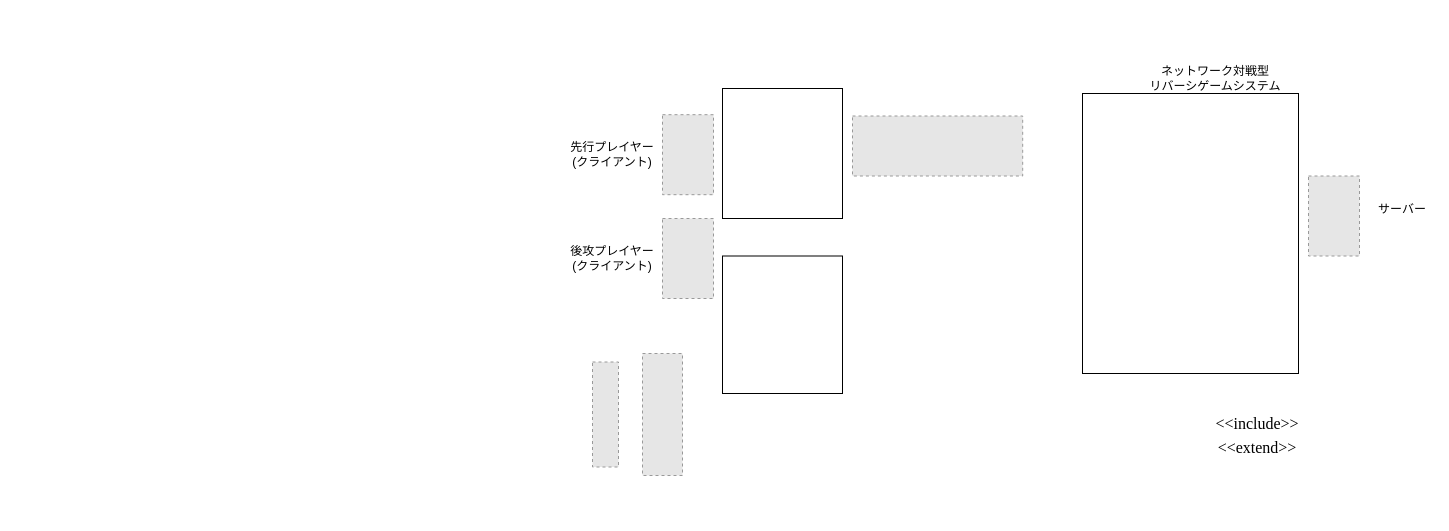
Earlier version of the draw.io diagram 要求仕様書/test2.drawio (ynuOthello2025-group9/YNU_Othello). Source tidied: cells renumbered, new cells numbered last; positions are measured from the earlier drawing's top-left corner, leaving out a move shared by most shapes. Both pictures are drawn from the tidied source at 100%, with x=0, y=0 at pixel (562, 63). Pictures stored in the file or linked from it are replaced by grey dashed boxes.
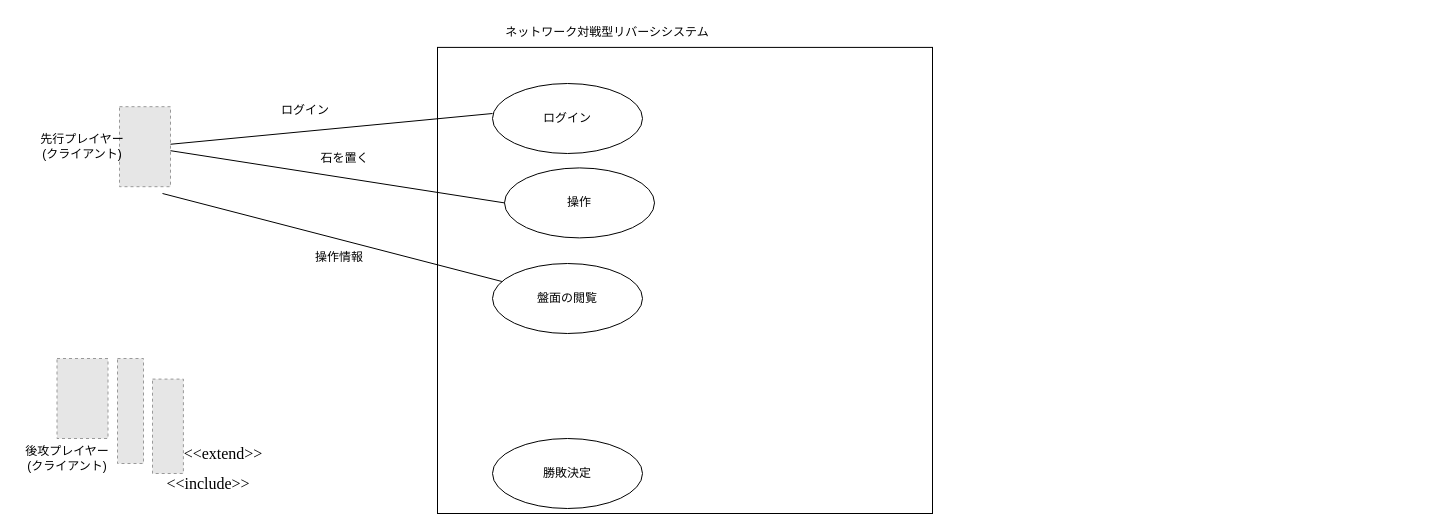
After the change.

Commit message:
test2.drawio を更新します

Change to the diagram source:
```diff
@@
     <mxCell id="2" style="rounded=0;whiteSpace=wrap;html=1;" parent="1" vertex="1">
-      <mxGeometry x="520" y="30" width="216" height="280" as="geometry" />
+      <mxGeometry x="-125" y="-16.1" width="495" height="466.1" as="geometry" />
     </mxCell>
-    <mxCell id="3" value="ネットワーク対戦型&lt;br&gt;リバーシゲームシステム" style="text;html=1;align=center;verticalAlign=middle;whiteSpace=wrap;rounded=0;" parent="1" vertex="1">
-      <mxGeometry x="550" width="206" height="30" as="geometry" />
+    <mxCell id="3" value="ネットワーク対戦型リバーシシステム" style="text;html=1;align=center;verticalAlign=middle;whiteSpace=wrap;rounded=0;" parent="1" vertex="1">
+      <mxGeometry x="-58" y="-46.1" width="206" height="30" as="geometry" />
     </mxCell>
-    <mxCell id="4" style="fillColor=#E6E6E6;strokeColor=#999999;dashed=1;verticalLabelPosition=bottom;labelBackgroundColor=default;verticalAlign=top;" parent="1" vertex="1">
-      <mxGeometry x="746" y="112.5" width="51" height="80" as="geometry" />
-    </mxCell>
     <mxCell id="5" style="fillColor=#E6E6E6;strokeColor=#999999;dashed=1;verticalLabelPosition=bottom;labelBackgroundColor=default;verticalAlign=top;" parent="1" vertex="1">
-      <mxGeometry x="100" y="51.2" width="51" height="80" as="geometry" />
+      <mxGeometry x="-443" y="43.2" width="51" height="80" as="geometry" />
     </mxCell>
     <mxCell id="6" style="fillColor=#E6E6E6;strokeColor=#999999;dashed=1;verticalLabelPosition=bottom;labelBackgroundColor=default;verticalAlign=top;" parent="1" vertex="1">
-      <mxGeometry x="80" y="290" width="40" height="122" as="geometry" />
+      <mxGeometry x="-410" y="315.6" width="30.9" height="94.4" as="geometry" />
     </mxCell>
     <mxCell id="7" style="fillColor=#E6E6E6;strokeColor=#999999;dashed=1;verticalLabelPosition=bottom;labelBackgroundColor=default;verticalAlign=top;" parent="1" vertex="1">
-      <mxGeometry x="30" y="298.5" width="26" height="105" as="geometry" />
+      <mxGeometry x="-445" y="295" width="26" height="105" as="geometry" />
     </mxCell>
     <mxCell id="8" value="&lt;p style=&quot;language:ja;margin-top:7.2pt;margin-bottom:0pt;text-align:left;&lt;br/&gt;direction:ltr;unicode-bidi:embed;vertical-align:baseline;mso-line-break-override:&lt;br/&gt;none;punctuation-wrap:hanging&quot;&gt;&lt;span style=&quot;font-size: 12pt; font-family: &amp;quot;Times New Roman&amp;quot;;&quot;&gt;&amp;lt;&amp;lt;include&amp;gt;&amp;gt;&lt;/span&gt;&lt;/p&gt;" style="text;html=1;align=center;verticalAlign=middle;whiteSpace=wrap;rounded=0;" parent="1" vertex="1">
-      <mxGeometry x="630" y="340" width="130" height="30" as="geometry" />
+      <mxGeometry x="-419" y="400" width="130" height="30" as="geometry" />
     </mxCell>
     <mxCell id="9" value="&lt;p style=&quot;language:ja;margin-top:7.2pt;margin-bottom:0pt;text-align:left;&lt;br/&gt;direction:ltr;unicode-bidi:embed;vertical-align:baseline;mso-line-break-override:&lt;br/&gt;none;punctuation-wrap:hanging&quot;&gt;&lt;span style=&quot;font-size: 12pt; font-family: &amp;quot;Times New Roman&amp;quot;;&quot;&gt;&amp;lt;&amp;lt;extend&amp;gt;&amp;gt;&lt;/span&gt;&lt;/p&gt;" style="text;html=1;align=center;verticalAlign=middle;whiteSpace=wrap;rounded=0;" parent="1" vertex="1">
-      <mxGeometry x="630" y="353.5" width="130" height="50" as="geometry" />
+      <mxGeometry x="-404" y="360" width="130" height="50" as="geometry" />
     </mxCell>
     <mxCell id="10" style="fillColor=#E6E6E6;strokeColor=#999999;dashed=1;verticalLabelPosition=bottom;labelBackgroundColor=default;verticalAlign=top;" parent="1" vertex="1">
-      <mxGeometry x="100" y="155" width="51" height="80" as="geometry" />
+      <mxGeometry x="-505.5" y="295" width="51" height="80" as="geometry" />
     </mxCell>
     <mxCell id="11" value="先行プレイヤー&lt;br&gt;(クライアント)" style="text;html=1;align=center;verticalAlign=middle;whiteSpace=wrap;rounded=0;" parent="1" vertex="1">
-      <mxGeometry y="70" width="100" height="42.5" as="geometry" />
+      <mxGeometry x="-530" y="62" width="100" height="42.5" as="geometry" />
     </mxCell>
     <mxCell id="12" value="後攻プレイヤー&lt;br&gt;(クライアント)" style="text;html=1;align=center;verticalAlign=middle;whiteSpace=wrap;rounded=0;" parent="1" vertex="1">
-      <mxGeometry y="180" width="100" height="30" as="geometry" />
+      <mxGeometry x="-545" y="380" width="100" height="30" as="geometry" />
     </mxCell>
-    <mxCell id="13" value="サーバー" style="text;html=1;align=center;verticalAlign=middle;whiteSpace=wrap;rounded=0;" parent="1" vertex="1">
-      <mxGeometry x="810" y="131.2" width="60" height="30" as="geometry" />
-    </mxCell>
-    <mxCell id="14" style="rounded=0;whiteSpace=wrap;html=1;" parent="1" vertex="1">
-      <mxGeometry x="160" y="25" width="120" height="130" as="geometry" />
-    </mxCell>
-    <mxCell id="15" style="rounded=0;whiteSpace=wrap;html=1;" parent="1" vertex="1">
-      <mxGeometry x="160" y="192.5" width="120" height="137.5" as="geometry" />
-    </mxCell>
-    <mxCell id="16" style="fillColor=#E6E6E6;strokeColor=#999999;dashed=1;verticalLabelPosition=bottom;labelBackgroundColor=default;verticalAlign=top;" parent="1" vertex="1">
-      <mxGeometry x="290" y="52.5" width="170.2" height="60" as="geometry" />
-    </mxCell>
+    <mxCell id="17" style="endArrow=none;html=1;rounded=0;entryX=0;entryY=0.5;entryDx=0;entryDy=0;" parent="1" edge="1" source="5" target="22">
+      <mxGeometry relative="1" as="geometry" />
+    </mxCell>
+    <mxCell id="18" style="endArrow=none;html=1;rounded=0;" parent="1" edge="1" source="5">
+      <mxGeometry relative="1" as="geometry">
+        <mxPoint x="-70" y="50" as="targetPoint" />
+      </mxGeometry>
+    </mxCell>
+    <mxCell id="19" value="操作情報" style="text;html=1;align=center;verticalAlign=middle;whiteSpace=wrap;rounded=0;" parent="1" vertex="1">
+      <mxGeometry x="-253" y="178.8" width="60" height="30" as="geometry" />
+    </mxCell>
+    <mxCell id="20" value="ログイン" style="text;html=1;align=center;verticalAlign=middle;whiteSpace=wrap;rounded=0;" parent="1" vertex="1">
+      <mxGeometry x="-300" y="32" width="86" height="30" as="geometry" />
+    </mxCell>
+    <mxCell id="21" value="ログイン" style="ellipse;whiteSpace=wrap;html=1;" parent="1" vertex="1">
+      <mxGeometry x="-70" y="20" width="150" height="70" as="geometry" />
+    </mxCell>
+    <mxCell id="22" value="操作" style="ellipse;whiteSpace=wrap;html=1;" parent="1" vertex="1">
+      <mxGeometry x="-58" y="104.4" width="150" height="70" as="geometry" />
+    </mxCell>
+    <mxCell id="23" value="勝敗決定" style="ellipse;whiteSpace=wrap;html=1;" parent="1" vertex="1">
+      <mxGeometry x="-70" y="375" width="150" height="70" as="geometry" />
+    </mxCell>
+    <mxCell id="24" style="endArrow=none;html=1;rounded=0;" parent="1" edge="1" target="25">
+      <mxGeometry relative="1" as="geometry">
+        <mxPoint x="-400" y="130" as="sourcePoint" />
+      </mxGeometry>
+    </mxCell>
+    <mxCell id="25" value="盤面の閲覧" style="ellipse;whiteSpace=wrap;html=1;" parent="1" vertex="1">
+      <mxGeometry x="-70" y="200" width="150" height="70" as="geometry" />
+    </mxCell>
+    <mxCell id="26" value="石を置く" style="text;html=1;align=center;verticalAlign=middle;strokeColor=none;fillColor=none;" parent="1" vertex="1">
+      <mxGeometry x="-253" y="80" width="70" height="30" as="geometry" />
+    </mxCell>
```
